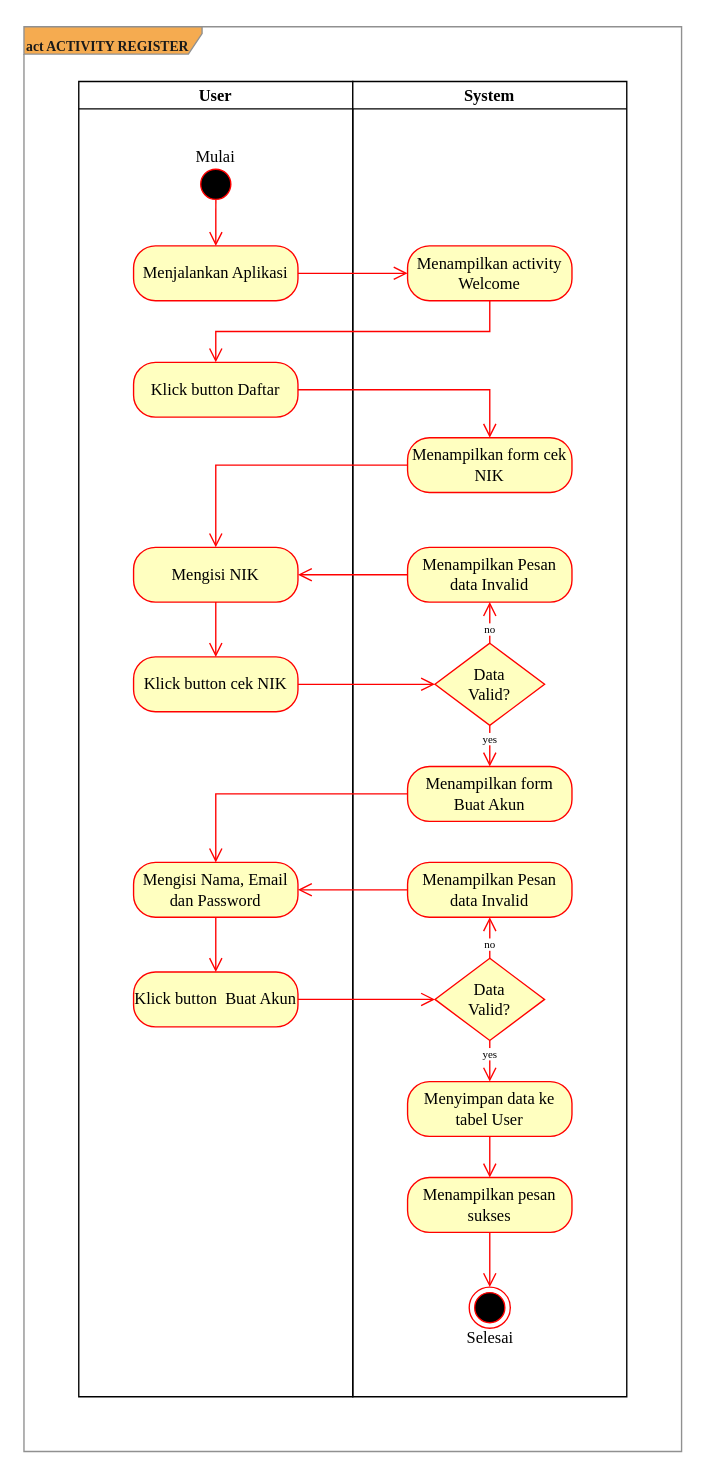
Above: page "act-register" (1 of 10) of saga-activity-diagram-register.drawio in AkbarMarunduri/Saga-Diagram (draw.io), before the change. Source tidied: cells renumbered, new cells numbered last; positions are measured from the earlier drawing's top-left corner, leaving out a move shared by most shapes. Both pictures are drawn from the tidied source at 137%, with x=0, y=0 at pixel (23, 26).
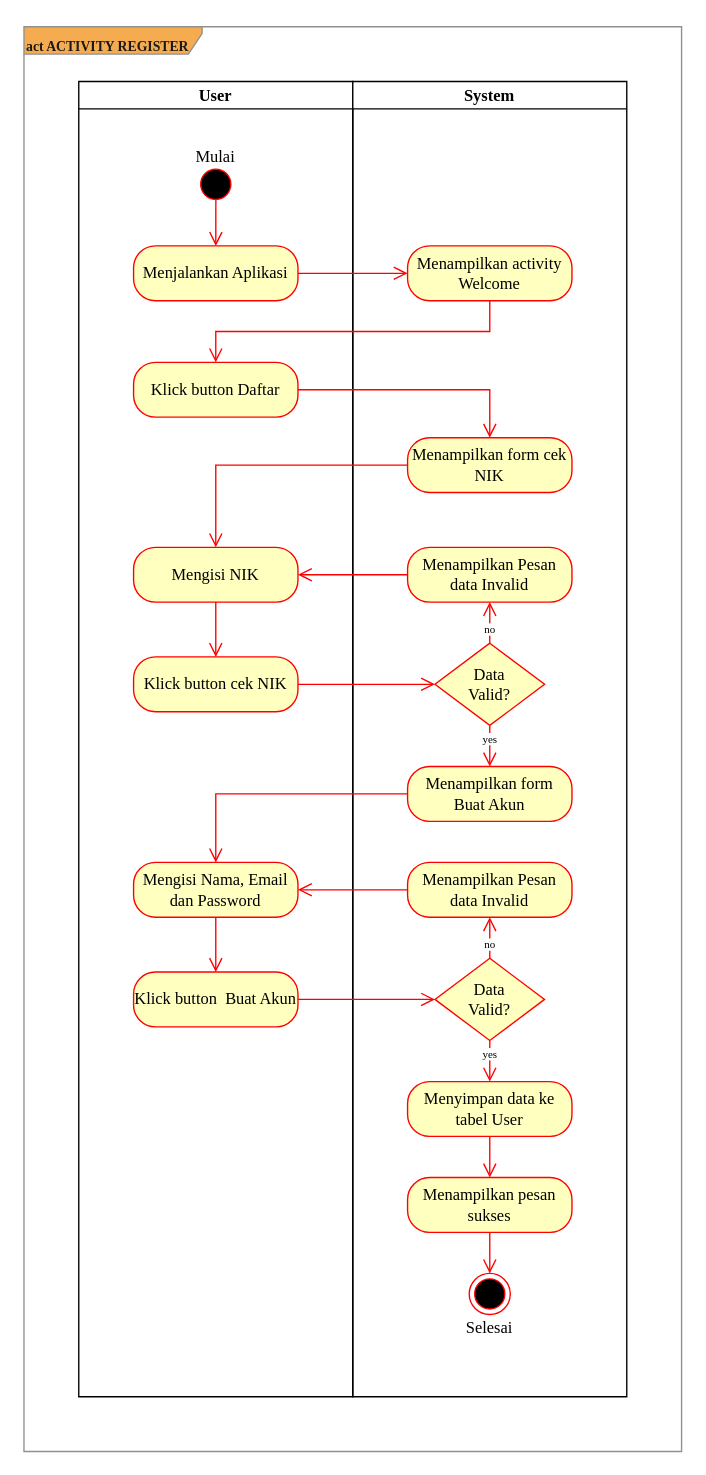
The same page after the edit.

The change refers to these unchanged cells:
```xml
<mxCell id="6" value="System" style="swimlane;startSize=20;hachureGap=4;fontFamily=Times New Roman;fontSize=12;align=center;" parent="1" vertex="1">
  <mxGeometry x="240" y="40" width="200" height="960" as="geometry" />
</mxCell>
<mxCell id="29" value="Menampilkan pesan sukses" style="rounded=1;whiteSpace=wrap;html=1;arcSize=40;fontColor=#000000;fillColor=#ffffc0;strokeColor=#FF0000;hachureGap=4;fontFamily=Times New Roman;fontSize=12;align=center;" parent="1" vertex="1">
  <mxGeometry x="280" y="840" width="120" height="40" as="geometry" />
</mxCell>
```

Change to the diagram source:
```diff
@@
-    <mxCell id="13" value="&lt;br&gt;&lt;br&gt;&lt;br&gt;Selesai" style="ellipse;html=1;shape=endState;fillColor=#000000;strokeColor=#ff0000;hachureGap=4;fontFamily=Times New Roman;fontSize=12;align=center;" parent="6" vertex="1">
-      <mxGeometry x="85" y="880" width="30" height="30" as="geometry" />
-    </mxCell>
@@
-    <mxCell id="28" style="edgeStyle=orthogonalEdgeStyle;rounded=0;hachureGap=4;jettySize=auto;html=1;exitX=0.5;exitY=1;exitDx=0;exitDy=0;entryX=0.5;entryY=0;entryDx=0;entryDy=0;fontFamily=Times New Roman;fontSize=8;endArrow=open;startSize=14;endSize=8;sourcePerimeterSpacing=8;targetPerimeterSpacing=8;strokeColor=#FF0000;" parent="1" edge="1" source="29" target="13">
+    <mxCell id="28" style="edgeStyle=orthogonalEdgeStyle;rounded=0;hachureGap=4;jettySize=auto;html=1;exitX=0.5;exitY=1;exitDx=0;exitDy=0;entryX=0.5;entryY=0;entryDx=0;entryDy=0;fontFamily=Times New Roman;fontSize=8;endArrow=open;startSize=14;endSize=8;sourcePerimeterSpacing=8;targetPerimeterSpacing=8;strokeColor=#FF0000;" parent="1" edge="1" source="29" target="42">
       <mxGeometry relative="1" as="geometry" />
     </mxCell>
@@
+    <mxCell id="41" style="group;" parent="1" vertex="1">
+      <mxGeometry x="310" y="910" width="60" height="55" as="geometry" />
+    </mxCell>
+    <mxCell id="42" style="ellipse;html=1;shape=endState;fillColor=#000000;strokeColor=#ff0000;hachureGap=4;fontFamily=Times New Roman;fontSize=12;align=center;" parent="41" vertex="1">
+      <mxGeometry x="15" width="30" height="30" as="geometry" />
+    </mxCell>
+    <mxCell id="13" value="&lt;font style=&quot;font-size: 12px&quot;&gt;Selesai&lt;/font&gt;" style="text;html=1;strokeColor=none;fillColor=none;align=center;verticalAlign=middle;whiteSpace=wrap;rounded=0;hachureGap=4;fontFamily=Times New Roman;fontSize=8;" parent="41" vertex="1">
+      <mxGeometry y="25" width="60" height="30" as="geometry" />
+    </mxCell>
```
